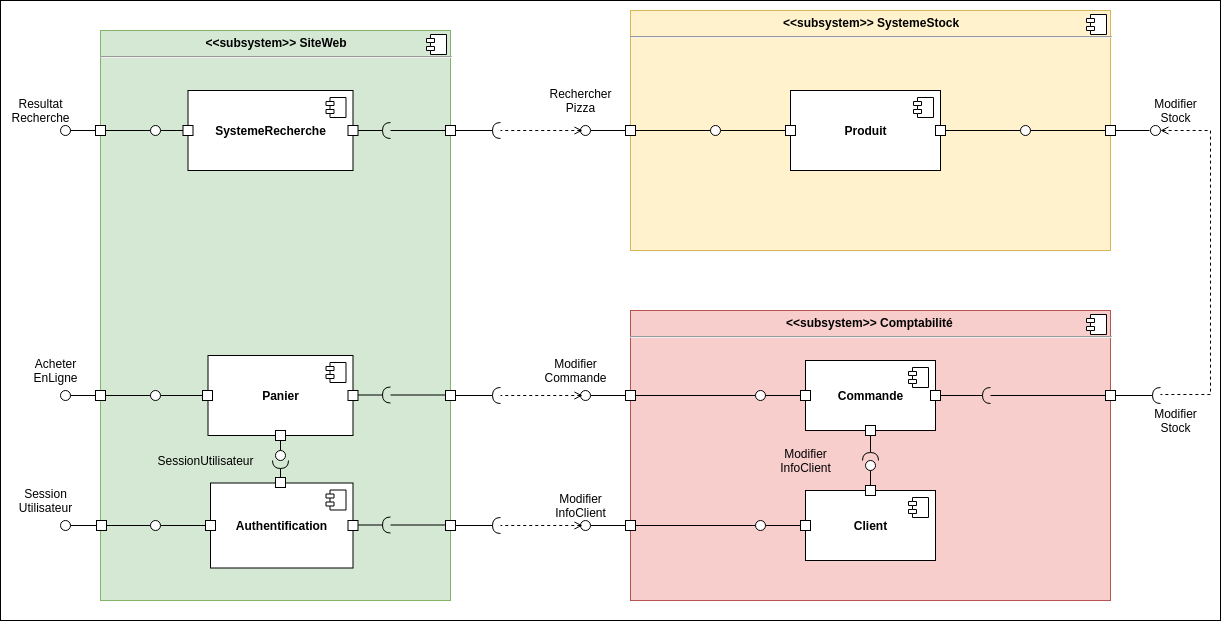
Earlier version of the draw.io export Diag_component_commande_web.png (micktymoon/P6_pelletier_c-line). Source tidied: cells renumbered, new cells last; positions are measured from the earlier drawing's top-left corner, leaving out a move shared by most shapes.
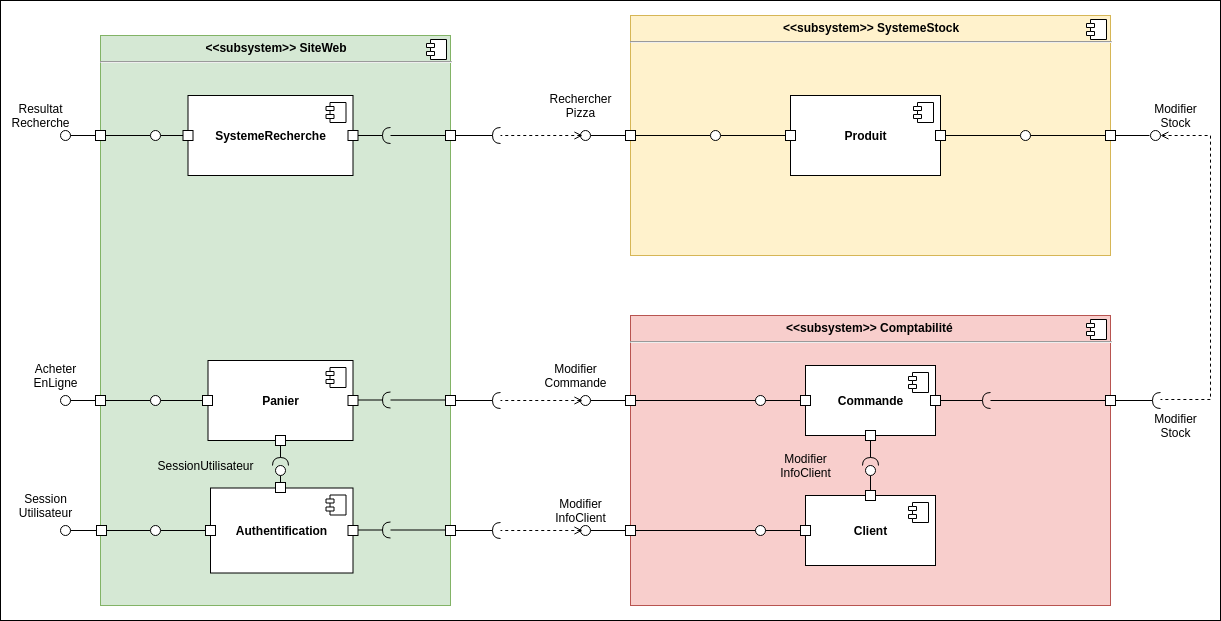
After the commit.

The edit, as a diff of the source:
```diff
@@ -3,7 +3,7 @@
     <mxCell id="0" />
     <mxCell id="1" parent="0" />
     <mxCell id="2" style="rounded=0;whiteSpace=wrap;html=1;" parent="1" vertex="1">
-      <mxGeometry width="1220" height="620" as="geometry" />
+      <mxGeometry y="-5" width="1220" height="620" as="geometry" />
     </mxCell>
     <mxCell id="3" value="&lt;p style=&quot;margin: 0px ; margin-top: 6px ; text-align: center&quot;&gt;&lt;b&gt;&amp;lt;&amp;lt;subsystem&amp;gt;&amp;gt; SiteWeb&lt;/b&gt;&lt;/p&gt;&lt;hr&gt;&lt;p style=&quot;margin: 0px ; margin-left: 8px&quot;&gt;&lt;br&gt;&lt;/p&gt;" style="align=left;overflow=fill;html=1;fillColor=#d5e8d4;strokeColor=#82b366;" parent="1" vertex="1">
       <mxGeometry x="100" y="30" width="350" height="570" as="geometry" />
@@ -394,18 +394,16 @@
     <mxCell id="108" style="whiteSpace=wrap;html=1;" parent="1" vertex="1">
       <mxGeometry x="275" y="477" width="10" height="10" as="geometry" />
     </mxCell>
-    <mxCell id="109" style="rounded=0;jettySize=auto;html=1;endArrow=none;endFill=0;" parent="1" edge="1" target="111">
-      <mxGeometry relative="1" as="geometry">
-        <mxPoint x="280" y="440" as="sourcePoint" />
-      </mxGeometry>
+    <mxCell id="109" style="rounded=0;jettySize=auto;html=1;endArrow=none;endFill=0;exitX=0.5;exitY=0;exitDx=0;exitDy=0;" parent="1" edge="1" source="108" target="111">
+      <mxGeometry relative="1" as="geometry" />
     </mxCell>
-    <mxCell id="110" style="rounded=0;jettySize=auto;html=1;endArrow=halfCircle;endFill=0;endSize=6;strokeWidth=1;exitX=0.5;exitY=0;exitDx=0;exitDy=0;" parent="1" edge="1" source="108">
+    <mxCell id="110" style="rounded=0;jettySize=auto;html=1;endArrow=halfCircle;endFill=0;endSize=6;strokeWidth=1;exitX=0.5;exitY=1;exitDx=0;exitDy=0;" parent="1" edge="1" source="107">
       <mxGeometry relative="1" as="geometry">
         <mxPoint x="280" y="460" as="targetPoint" />
       </mxGeometry>
     </mxCell>
     <mxCell id="111" style="ellipse;whiteSpace=wrap;html=1;fontFamily=Helvetica;fontSize=12;fontColor=#000000;align=center;strokeColor=#000000;fillColor=#ffffff;points=[];" parent="1" vertex="1">
-      <mxGeometry x="275" y="450" width="10" height="10" as="geometry" />
+      <mxGeometry x="275" y="460" width="10" height="10" as="geometry" />
     </mxCell>
     <mxCell id="112" value="SessionUtilisateur" style="text;html=1;align=center;verticalAlign=middle;" parent="1" vertex="1">
       <mxGeometry x="150" y="450" width="110" height="20" as="geometry" />
```
